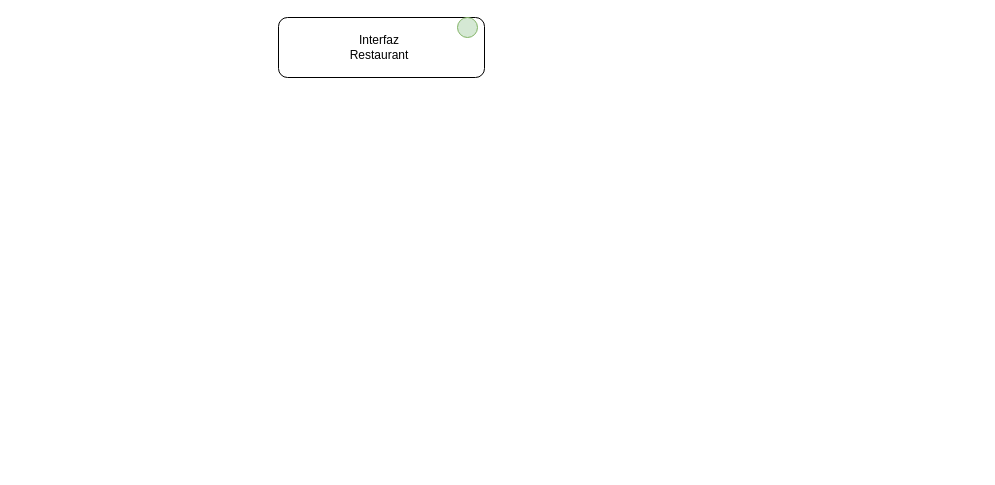
Before: Untitled Diagram.drawio in KevinCordoba/Proyecto_POO_1, a draw.io diagram. Source tidied: cells renumbered, new cells numbered last; positions are measured from the earlier drawing's top-left corner, leaving out a move shared by most shapes. Both pictures are drawn from the tidied source at 100%, with x=0, y=0 at pixel (278, 17).
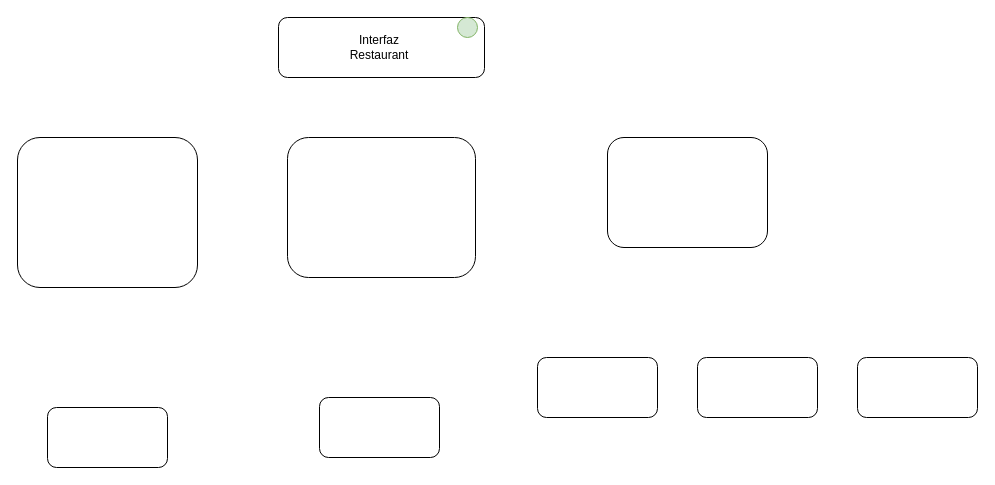
The same page after the edit.

Commit message:
Creacion de cuadros para clases

Change to the diagram source:
```diff
@@
 <mxGraphModel>
   <root>
     <mxCell id="0" />
     <mxCell id="1" parent="0" />
     <mxCell id="2" style="rounded=1;whiteSpace=wrap;html=1;" parent="1" vertex="1">
       <mxGeometry width="206" height="60" as="geometry" />
     </mxCell>
     <mxCell id="3" value="Interfaz Restaurant" style="text;html=1;strokeColor=none;fillColor=none;align=center;verticalAlign=middle;whiteSpace=wrap;rounded=0;" parent="1" vertex="1">
       <mxGeometry x="49" width="104" height="60" as="geometry" />
     </mxCell>
     <mxCell id="4" style="ellipse;whiteSpace=wrap;html=1;fillColor=#d5e8d4;strokeColor=#82b366;" parent="1" vertex="1">
       <mxGeometry x="179" width="20" height="20" as="geometry" />
     </mxCell>
+    <mxCell id="5" style="rounded=1;whiteSpace=wrap;html=1;" parent="1" vertex="1">
+      <mxGeometry x="9" y="120" width="188" height="140" as="geometry" />
+    </mxCell>
+    <mxCell id="6" style="rounded=1;whiteSpace=wrap;html=1;" parent="1" vertex="1">
+      <mxGeometry x="-261" y="120" width="180" height="150" as="geometry" />
+    </mxCell>
+    <mxCell id="7" style="rounded=1;whiteSpace=wrap;html=1;" parent="1" vertex="1">
+      <mxGeometry x="329" y="120" width="160" height="110" as="geometry" />
+    </mxCell>
+    <mxCell id="8" style="rounded=1;whiteSpace=wrap;html=1;" parent="1" vertex="1">
+      <mxGeometry x="259" y="340" width="120" height="60" as="geometry" />
+    </mxCell>
+    <mxCell id="9" style="rounded=1;whiteSpace=wrap;html=1;" parent="1" vertex="1">
+      <mxGeometry x="419" y="340" width="120" height="60" as="geometry" />
+    </mxCell>
+    <mxCell id="10" style="rounded=1;whiteSpace=wrap;html=1;" parent="1" vertex="1">
+      <mxGeometry x="579" y="340" width="120" height="60" as="geometry" />
+    </mxCell>
+    <mxCell id="11" style="rounded=1;whiteSpace=wrap;html=1;" parent="1" vertex="1">
+      <mxGeometry x="-231" y="390" width="120" height="60" as="geometry" />
+    </mxCell>
+    <mxCell id="12" style="rounded=1;whiteSpace=wrap;html=1;" parent="1" vertex="1">
+      <mxGeometry x="41" y="380" width="120" height="60" as="geometry" />
+    </mxCell>
   </root>
 </mxGraphModel>
```
